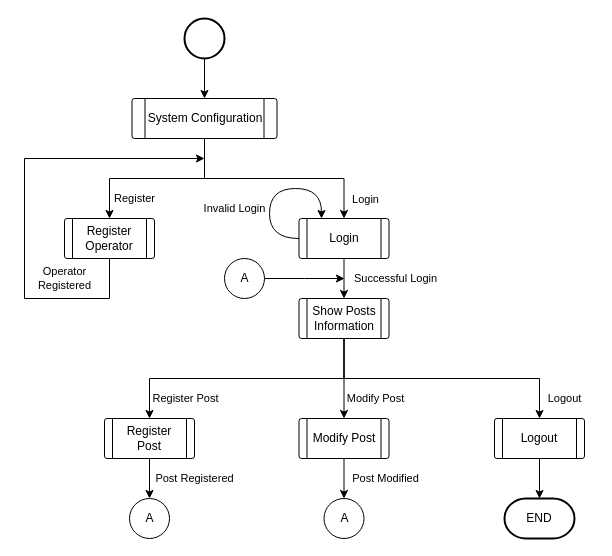
This is page "AppSystem_Flowchart" (3 of 4) of project/report/flowcharts/RemoteSystem.drawio from ESRGgroup9/slipad, a draw.io file, before an edit. Source tidied: cells renumbered, new cells numbered last; positions are measured from the earlier drawing's top-left corner, leaving out a move shared by most shapes. Both pictures are drawn from the tidied source at 100%, with x=0, y=0 at pixel (24, 18).
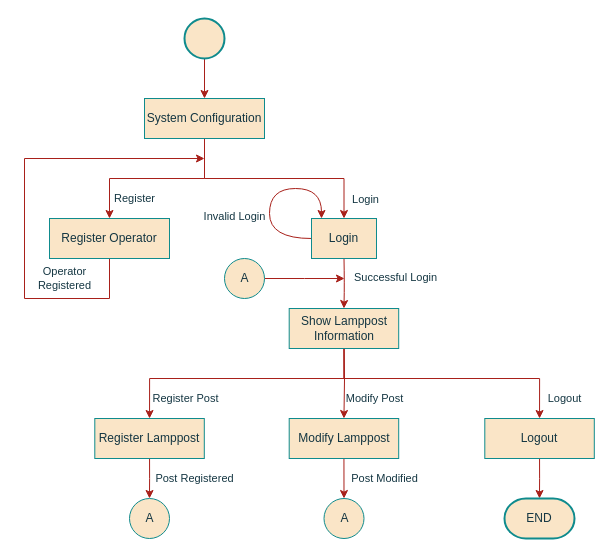
Above is the later version.

What changed in the source:
```diff
@@
-    <mxCell id="2" style="edgeStyle=orthogonalEdgeStyle;rounded=0;jettySize=auto;html=1;entryX=0.5;entryY=0;entryDx=0;entryDy=0;strokeWidth=1;" parent="1" edge="1" source="3" target="6">
+    <mxCell id="2" style="edgeStyle=orthogonalEdgeStyle;rounded=0;jettySize=auto;html=1;entryX=0.5;entryY=0;entryDx=0;entryDy=0;strokeWidth=1;strokeColor=#A8201A;fontColor=#143642;labelBackgroundColor=#DAD2D8;" parent="1" edge="1" source="3" target="6">
       <mxGeometry relative="1" as="geometry" />
     </mxCell>
-    <mxCell id="3" style="strokeWidth=2;html=1;shape=mxgraph.flowchart.start_2;whiteSpace=wrap;align=center;verticalAlign=top;" parent="1" vertex="1">
+    <mxCell id="3" style="strokeWidth=2;html=1;shape=mxgraph.flowchart.start_2;whiteSpace=wrap;align=center;verticalAlign=top;fillColor=#FAE5C7;strokeColor=#0F8B8D;fontColor=#143642;" parent="1" vertex="1">
       <mxGeometry x="160" width="40" height="40" as="geometry" />
     </mxCell>
-    <mxCell id="4" value="Login" style="edgeStyle=orthogonalEdgeStyle;rounded=0;jettySize=auto;html=1;strokeWidth=1;entryX=0.5;entryY=0;entryDx=0;entryDy=0;verticalAlign=middle;exitX=0.5;exitY=1;exitDx=0;exitDy=0;" parent="1" edge="1" source="6" target="8">
-      <mxGeometry x="0.82" y="21" relative="1" as="geometry" />
+    <mxCell id="4" value="Login" style="edgeStyle=orthogonalEdgeStyle;rounded=0;jettySize=auto;html=1;strokeWidth=1;entryX=0.5;entryY=0;entryDx=0;entryDy=0;verticalAlign=middle;exitX=0.5;exitY=1;exitDx=0;exitDy=0;strokeColor=#A8201A;fontColor=#143642;labelBackgroundColor=none;" parent="1" edge="1" source="6" target="8">
+      <mxGeometry x="0.82" y="21" relative="1" as="geometry">
+        <Array as="points">
+          <mxPoint x="180" y="160" />
+          <mxPoint x="320" y="160" />
+        </Array>
+      </mxGeometry>
     </mxCell>
-    <mxCell id="5" value="Invalid Login" style="edgeStyle=orthogonalEdgeStyle;rounded=0;orthogonalLoop=1;jettySize=auto;html=1;exitX=0;exitY=0.5;exitDx=0;exitDy=0;strokeWidth=1;curved=1;entryX=0.25;entryY=0;entryDx=0;entryDy=0;" parent="1" edge="1" source="8" target="8">
+    <mxCell id="5" value="Invalid Login" style="edgeStyle=orthogonalEdgeStyle;rounded=0;jettySize=auto;html=1;exitX=0;exitY=0.5;exitDx=0;exitDy=0;strokeWidth=1;curved=1;entryX=0.25;entryY=0;entryDx=0;entryDy=0;strokeColor=#A8201A;fontColor=#143642;labelBackgroundColor=none;" parent="1" edge="1" source="8">
       <mxGeometry x="-0.26" y="35" relative="1" as="geometry">
+        <mxPoint x="297" y="200" as="targetPoint" />
         <Array as="points">
           <mxPoint x="245" y="220" />
           <mxPoint x="245" y="170" />
           <mxPoint x="297" y="170" />
         </Array>
       </mxGeometry>
     </mxCell>
-    <mxCell id="6" value="System Configuration" style="verticalLabelPosition=middle;verticalAlign=middle;html=1;shape=process;whiteSpace=wrap;rounded=1;size=0.08620689655172414;arcSize=6;fillColor=none;labelPosition=center;align=center;" parent="1" vertex="1">
-      <mxGeometry x="107.5" y="80" width="145" height="40" as="geometry" />
-    </mxCell>
-    <mxCell id="7" value="&lt;div&gt;Successful Login&lt;/div&gt;" style="edgeStyle=orthogonalEdgeStyle;curved=1;rounded=0;jettySize=auto;html=1;entryX=0.5;entryY=0;entryDx=0;entryDy=0;strokeWidth=1;exitX=0.5;exitY=1;exitDx=0;exitDy=0;" parent="1" edge="1" source="8" target="9">
-      <mxGeometry y="51" relative="1" as="geometry" />
+    <mxCell id="7" value="&lt;div&gt;Successful Login&lt;/div&gt;" style="edgeStyle=orthogonalEdgeStyle;curved=1;rounded=0;jettySize=auto;html=1;entryX=0.5;entryY=0;entryDx=0;entryDy=0;strokeWidth=1;exitX=0.5;exitY=1;exitDx=0;exitDy=0;strokeColor=#A8201A;fontColor=#143642;labelBackgroundColor=none;" parent="1" edge="1" target="27">
+      <mxGeometry x="-0.2" y="51" relative="1" as="geometry">
+        <mxPoint x="319.5" y="240" as="sourcePoint" />
+      </mxGeometry>
     </mxCell>
-    <mxCell id="8" value="&lt;div&gt;Login&lt;/div&gt;" style="verticalLabelPosition=middle;verticalAlign=middle;html=1;shape=process;whiteSpace=wrap;rounded=1;size=0.08620689655172414;arcSize=6;fillColor=none;labelPosition=center;align=center;" parent="1" vertex="1">
-      <mxGeometry x="274.5" y="200" width="90" height="40" as="geometry" />
-    </mxCell>
-    <mxCell id="9" value="Show Posts Information" style="verticalLabelPosition=middle;verticalAlign=middle;html=1;shape=process;whiteSpace=wrap;rounded=1;size=0.08620689655172414;arcSize=6;fillColor=none;labelPosition=center;align=center;" parent="1" vertex="1">
-      <mxGeometry x="274.5" y="280" width="90" height="40" as="geometry" />
-    </mxCell>
-    <mxCell id="10" value="&lt;div&gt;Operator &lt;br&gt;&lt;/div&gt;&lt;div&gt;Registered&lt;/div&gt;" style="edgeStyle=orthogonalEdgeStyle;rounded=0;jettySize=auto;html=1;strokeWidth=1;exitX=0.5;exitY=1;exitDx=0;exitDy=0;" parent="1" edge="1" source="12">
+    <mxCell id="10" value="&lt;div&gt;Operator &lt;br&gt;&lt;/div&gt;&lt;div&gt;Registered&lt;/div&gt;" style="edgeStyle=orthogonalEdgeStyle;rounded=0;jettySize=auto;html=1;strokeWidth=1;exitX=0.5;exitY=1;exitDx=0;exitDy=0;strokeColor=#A8201A;fontColor=#143642;labelBackgroundColor=none;" parent="1" edge="1" source="12">
       <mxGeometry x="-0.62" y="-20" relative="1" as="geometry">
         <mxPoint x="180" y="140" as="targetPoint" />
         <Array as="points">
           <mxPoint x="85" y="280" />
           <mxPoint y="280" />
           <mxPoint y="140" />
         </Array>
       </mxGeometry>
     </mxCell>
-    <mxCell id="11" value="Register" style="edgeStyle=orthogonalEdgeStyle;rounded=0;jettySize=auto;html=1;strokeWidth=1;verticalAlign=middle;exitX=0.5;exitY=1;exitDx=0;exitDy=0;" parent="1" edge="1" source="6" target="12">
-      <mxGeometry x="0.26" y="20" relative="1" as="geometry" />
+    <mxCell id="11" value="Register" style="edgeStyle=orthogonalEdgeStyle;rounded=0;jettySize=auto;html=1;strokeWidth=1;verticalAlign=middle;exitX=0.5;exitY=1;exitDx=0;exitDy=0;strokeColor=#A8201A;fontColor=#143642;labelBackgroundColor=none;entryX=0.5;entryY=0;entryDx=0;entryDy=0;" parent="1" edge="1" source="6" target="12">
+      <mxGeometry x="0.26" y="20" relative="1" as="geometry">
+        <Array as="points">
+          <mxPoint x="180" y="160" />
+          <mxPoint x="85" y="160" />
+        </Array>
+      </mxGeometry>
     </mxCell>
-    <mxCell id="12" value="Register Operator" style="verticalLabelPosition=middle;verticalAlign=middle;html=1;shape=process;whiteSpace=wrap;rounded=1;size=0.08620689655172414;arcSize=6;fillColor=none;labelPosition=center;align=center;" parent="1" vertex="1">
-      <mxGeometry x="40" y="200" width="90" height="40" as="geometry" />
-    </mxCell>
-    <mxCell id="13" value="Register Post" style="edgeStyle=orthogonalEdgeStyle;rounded=0;jettySize=auto;html=1;strokeWidth=1;verticalAlign=middle;entryX=0.5;entryY=0;entryDx=0;entryDy=0;exitX=0.5;exitY=1;exitDx=0;exitDy=0;" parent="1" edge="1" source="9" target="15">
-      <mxGeometry x="0.45" y="20" relative="1" as="geometry" />
+    <mxCell id="13" value="Register Post" style="edgeStyle=orthogonalEdgeStyle;rounded=0;jettySize=auto;html=1;strokeWidth=1;verticalAlign=middle;entryX=0.5;entryY=0;entryDx=0;entryDy=0;exitX=0.5;exitY=1;exitDx=0;exitDy=0;strokeColor=#A8201A;fontColor=#143642;labelBackgroundColor=none;" parent="1" edge="1" target="28">
+      <mxGeometry x="0.45" y="20" relative="1" as="geometry">
+        <mxPoint x="319.5" y="320" as="sourcePoint" />
+        <Array as="points">
+          <mxPoint x="320" y="360" />
+          <mxPoint x="125" y="360" />
+        </Array>
+      </mxGeometry>
     </mxCell>
-    <mxCell id="14" value="&lt;div&gt;Post Registered&lt;/div&gt;" style="edgeStyle=orthogonalEdgeStyle;rounded=0;jettySize=auto;html=1;strokeWidth=1;verticalAlign=middle;exitX=0.5;exitY=1;exitDx=0;exitDy=0;entryX=0.5;entryY=0;entryDx=0;entryDy=0;entryPerimeter=0;" parent="1" edge="1" source="15" target="19">
+    <mxCell id="14" value="&lt;div&gt;Post Registered&lt;/div&gt;" style="edgeStyle=orthogonalEdgeStyle;rounded=0;jettySize=auto;html=1;strokeWidth=1;verticalAlign=middle;exitX=0.5;exitY=1;exitDx=0;exitDy=0;entryX=0.5;entryY=0;entryDx=0;entryDy=0;entryPerimeter=0;strokeColor=#A8201A;fontColor=#143642;labelBackgroundColor=none;" parent="1" edge="1" source="28" target="19">
       <mxGeometry y="45" relative="1" as="geometry" />
     </mxCell>
-    <mxCell id="15" value="Register Post" style="verticalLabelPosition=middle;verticalAlign=middle;html=1;shape=process;whiteSpace=wrap;rounded=1;size=0.08620689655172414;arcSize=6;fillColor=none;labelPosition=center;align=center;" parent="1" vertex="1">
-      <mxGeometry x="80" y="400" width="90" height="40" as="geometry" />
-    </mxCell>
-    <mxCell id="16" value="Modify Post" style="edgeStyle=orthogonalEdgeStyle;rounded=0;jettySize=auto;html=1;strokeWidth=1;verticalAlign=middle;exitX=0.5;exitY=1;exitDx=0;exitDy=0;" parent="1" edge="1" source="9" target="18">
-      <mxGeometry x="0.5" y="31" relative="1" as="geometry" />
+    <mxCell id="16" value="Modify Post" style="edgeStyle=orthogonalEdgeStyle;rounded=0;jettySize=auto;html=1;strokeWidth=1;verticalAlign=middle;exitX=0.5;exitY=1;exitDx=0;exitDy=0;strokeColor=#A8201A;fontColor=#143642;labelBackgroundColor=none;entryX=0.5;entryY=0;entryDx=0;entryDy=0;" parent="1" edge="1" target="29">
+      <mxGeometry x="0.5" y="31" relative="1" as="geometry">
+        <mxPoint x="319.5" y="320" as="sourcePoint" />
+      </mxGeometry>
     </mxCell>
-    <mxCell id="17" value="Post Modified" style="edgeStyle=orthogonalEdgeStyle;rounded=0;jettySize=auto;html=1;entryX=0.5;entryY=0;entryDx=0;entryDy=0;entryPerimeter=0;strokeWidth=1;verticalAlign=middle;" parent="1" edge="1" source="18" target="22">
+    <mxCell id="17" value="Post Modified" style="edgeStyle=orthogonalEdgeStyle;rounded=0;jettySize=auto;html=1;entryX=0.5;entryY=0;entryDx=0;entryDy=0;entryPerimeter=0;strokeWidth=1;verticalAlign=middle;strokeColor=#A8201A;fontColor=#143642;labelBackgroundColor=none;exitX=0.5;exitY=1;exitDx=0;exitDy=0;" parent="1" edge="1" source="29" target="22">
       <mxGeometry y="41" relative="1" as="geometry" />
     </mxCell>
-    <mxCell id="18" value="Modify Post" style="verticalLabelPosition=middle;verticalAlign=middle;html=1;shape=process;whiteSpace=wrap;rounded=1;size=0.08620689655172414;arcSize=6;fillColor=none;labelPosition=center;align=center;" parent="1" vertex="1">
-      <mxGeometry x="274.5" y="400" width="90" height="40" as="geometry" />
-    </mxCell>
-    <mxCell id="19" value="A" style="verticalLabelPosition=middle;verticalAlign=middle;html=1;shape=mxgraph.flowchart.on-page_reference;fillColor=none;labelPosition=center;align=center;" parent="1" vertex="1">
+    <mxCell id="19" value="A" style="verticalLabelPosition=middle;verticalAlign=middle;html=1;shape=mxgraph.flowchart.on-page_reference;fillColor=#FAE5C7;labelPosition=center;align=center;strokeColor=#0F8B8D;fontColor=#143642;" parent="1" vertex="1">
       <mxGeometry x="105" y="480" width="40" height="40" as="geometry" />
     </mxCell>
-    <mxCell id="20" style="edgeStyle=orthogonalEdgeStyle;rounded=0;jettySize=auto;html=1;strokeWidth=1;verticalAlign=middle;" parent="1" edge="1" source="21">
+    <mxCell id="20" style="edgeStyle=orthogonalEdgeStyle;rounded=0;jettySize=auto;html=1;strokeWidth=1;verticalAlign=middle;strokeColor=#A8201A;fontColor=#143642;labelBackgroundColor=#DAD2D8;" parent="1" edge="1" source="21">
       <mxGeometry relative="1" as="geometry">
         <mxPoint x="320" y="260" as="targetPoint" />
       </mxGeometry>
     </mxCell>
-    <mxCell id="21" value="A" style="verticalLabelPosition=middle;verticalAlign=middle;html=1;shape=mxgraph.flowchart.on-page_reference;fillColor=none;labelPosition=center;align=center;" parent="1" vertex="1">
+    <mxCell id="21" value="A" style="verticalLabelPosition=middle;verticalAlign=middle;html=1;shape=mxgraph.flowchart.on-page_reference;fillColor=#FAE5C7;labelPosition=center;align=center;strokeColor=#0F8B8D;fontColor=#143642;" parent="1" vertex="1">
       <mxGeometry x="200" y="240" width="40" height="40" as="geometry" />
     </mxCell>
-    <mxCell id="22" value="A" style="verticalLabelPosition=middle;verticalAlign=middle;html=1;shape=mxgraph.flowchart.on-page_reference;fillColor=none;labelPosition=center;align=center;" parent="1" vertex="1">
+    <mxCell id="22" value="A" style="verticalLabelPosition=middle;verticalAlign=middle;html=1;shape=mxgraph.flowchart.on-page_reference;fillColor=#FAE5C7;labelPosition=center;align=center;strokeColor=#0F8B8D;fontColor=#143642;" parent="1" vertex="1">
       <mxGeometry x="299.5" y="480" width="40" height="40" as="geometry" />
     </mxCell>
-    <mxCell id="23" value="Logout" style="edgeStyle=orthogonalEdgeStyle;rounded=0;jettySize=auto;html=1;strokeWidth=1;verticalAlign=middle;exitX=0.5;exitY=1;exitDx=0;exitDy=0;" parent="1" edge="1" source="9" target="25">
-      <mxGeometry x="0.85" y="25" relative="1" as="geometry" />
+    <mxCell id="23" value="Logout" style="edgeStyle=orthogonalEdgeStyle;rounded=0;jettySize=auto;html=1;strokeWidth=1;verticalAlign=middle;exitX=0.5;exitY=1;exitDx=0;exitDy=0;strokeColor=#A8201A;fontColor=#143642;labelBackgroundColor=none;entryX=0.5;entryY=0;entryDx=0;entryDy=0;" parent="1" edge="1" source="27" target="25">
+      <mxGeometry x="0.85" y="25" relative="1" as="geometry">
+        <Array as="points">
+          <mxPoint x="320" y="360" />
+          <mxPoint x="515" y="360" />
+        </Array>
+      </mxGeometry>
     </mxCell>
-    <mxCell id="24" style="edgeStyle=orthogonalEdgeStyle;rounded=0;jettySize=auto;html=1;entryX=0.5;entryY=0;entryDx=0;entryDy=0;entryPerimeter=0;strokeWidth=1;verticalAlign=middle;" parent="1" edge="1" source="25" target="26">
+    <mxCell id="24" style="edgeStyle=orthogonalEdgeStyle;rounded=0;jettySize=auto;html=1;entryX=0.5;entryY=0;entryDx=0;entryDy=0;entryPerimeter=0;strokeWidth=1;verticalAlign=middle;strokeColor=#A8201A;fontColor=#143642;labelBackgroundColor=#DAD2D8;exitX=0.5;exitY=1;exitDx=0;exitDy=0;" parent="1" edge="1" source="25" target="26">
       <mxGeometry relative="1" as="geometry" />
     </mxCell>
+    <mxCell id="26" value="END" style="strokeWidth=2;html=1;shape=mxgraph.flowchart.terminator;whiteSpace=wrap;fillColor=#FAE5C7;align=center;verticalAlign=middle;strokeColor=#0F8B8D;fontColor=#143642;" parent="1" vertex="1">
+      <mxGeometry x="480" y="480" width="70" height="40" as="geometry" />
+    </mxCell>
+    <mxCell id="6" value="System Configuration" style="rounded=0;whiteSpace=wrap;html=1;sketch=0;fontColor=#143642;strokeColor=#0F8B8D;fillColor=#FAE5C7;" parent="1" vertex="1">
+      <mxGeometry x="120" y="80" width="120" height="40" as="geometry" />
+    </mxCell>
+    <mxCell id="12" value="Register Operator" style="rounded=0;whiteSpace=wrap;html=1;sketch=0;fontColor=#143642;strokeColor=#0F8B8D;fillColor=#FAE5C7;" parent="1" vertex="1">
+      <mxGeometry x="25" y="200" width="120" height="40" as="geometry" />
+    </mxCell>
+    <mxCell id="8" value="&lt;div&gt;Login&lt;/div&gt;" style="rounded=0;whiteSpace=wrap;html=1;sketch=0;fontColor=#143642;strokeColor=#0F8B8D;fillColor=#FAE5C7;" parent="1" vertex="1">
+      <mxGeometry x="287" y="200" width="65" height="40" as="geometry" />
+    </mxCell>
+    <mxCell id="27" value="Show Lamppost Information" style="rounded=0;whiteSpace=wrap;html=1;sketch=0;fontColor=#143642;strokeColor=#0F8B8D;fillColor=#FAE5C7;" parent="1" vertex="1">
+      <mxGeometry x="264.7" y="290" width="109.5" height="40" as="geometry" />
+    </mxCell>
+    <mxCell id="28" value="Register Lamppost" style="rounded=0;whiteSpace=wrap;html=1;sketch=0;fontColor=#143642;strokeColor=#0F8B8D;fillColor=#FAE5C7;" parent="1" vertex="1">
+      <mxGeometry x="70.3" y="400" width="109.5" height="40" as="geometry" />
+    </mxCell>
+    <mxCell id="29" value="Modify Lamppost" style="rounded=0;whiteSpace=wrap;html=1;sketch=0;fontColor=#143642;strokeColor=#0F8B8D;fillColor=#FAE5C7;" parent="1" vertex="1">
+      <mxGeometry x="264.7" y="400" width="109.5" height="40" as="geometry" />
+    </mxCell>
-    <mxCell id="25" value="Logout" style="verticalLabelPosition=middle;verticalAlign=middle;html=1;shape=process;whiteSpace=wrap;rounded=1;size=0.08620689655172414;arcSize=6;fillColor=none;labelPosition=center;align=center;" parent="1" vertex="1">
-      <mxGeometry x="470" y="400" width="90" height="40" as="geometry" />
+    <mxCell id="25" value="Logout" style="rounded=0;whiteSpace=wrap;html=1;sketch=0;fontColor=#143642;strokeColor=#0F8B8D;fillColor=#FAE5C7;" parent="1" vertex="1">
+      <mxGeometry x="460.3" y="400" width="109.5" height="40" as="geometry" />
     </mxCell>
-    <mxCell id="26" value="END" style="strokeWidth=2;html=1;shape=mxgraph.flowchart.terminator;whiteSpace=wrap;fillColor=none;align=center;verticalAlign=middle;" parent="1" vertex="1">
-      <mxGeometry x="480" y="480" width="70" height="40" as="geometry" />
-    </mxCell>
```
